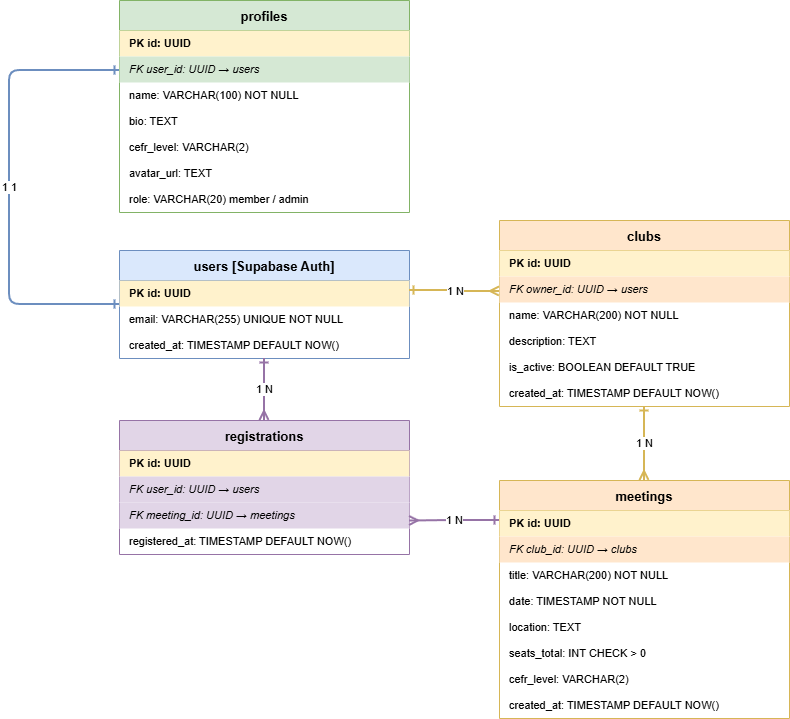
This is latex/images/er.png from Erisuuuuu/Web_CP_2026, a draw.io export, as it was before one commit. Source tidied: cells renumbered, new cells last; positions are measured from the earlier drawing's top-left corner, leaving out a move shared by most shapes.
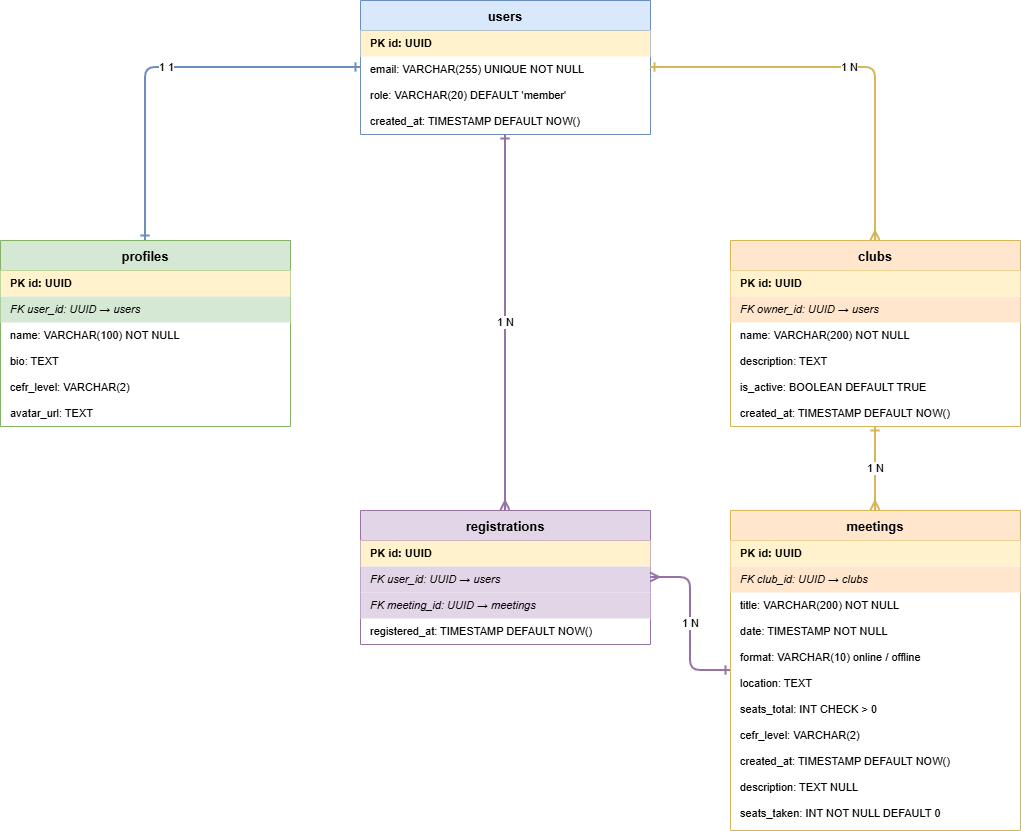
After the change.

What changed in the source:
```diff
@@ -2,8 +2,8 @@
   <root>
     <mxCell id="0" />
     <mxCell id="1" parent="0" />
-    <mxCell id="2" value="users  [Supabase Auth]" style="swimlane;startSize=30;fontStyle=1;fontSize=13;fillColor=#dae8fc;strokeColor=#6c8ebf;align=center;" parent="1" vertex="1">
-      <mxGeometry x="110" y="250" width="290" height="108" as="geometry" />
+    <mxCell id="2" value="users" style="swimlane;startSize=30;fontStyle=1;fontSize=13;fillColor=#dae8fc;strokeColor=#6c8ebf;align=center;" parent="1" vertex="1">
+      <mxGeometry x="400" y="10" width="290" height="134" as="geometry" />
     </mxCell>
     <mxCell id="3" value="PK  id: UUID" style="text;strokeColor=none;fillColor=#fff2cc;align=left;spacingLeft=8;fontSize=11;fontStyle=1;" parent="2" vertex="1">
       <mxGeometry y="30" width="290" height="26" as="geometry" />
@@ -11,11 +11,14 @@
     <mxCell id="4" value="     email: VARCHAR(255) UNIQUE NOT NULL" style="text;strokeColor=none;fillColor=none;align=left;spacingLeft=8;fontSize=11;" parent="2" vertex="1">
       <mxGeometry y="56" width="290" height="26" as="geometry" />
     </mxCell>
+    <mxCell id="40" value="     role: VARCHAR(20) DEFAULT 'member'" style="text;strokeColor=none;fillColor=none;align=left;spacingLeft=8;fontSize=11;" parent="2" vertex="1">
+      <mxGeometry y="82" width="290" height="26" as="geometry" />
+    </mxCell>
     <mxCell id="5" value="     created_at: TIMESTAMP DEFAULT NOW()" style="text;strokeColor=none;fillColor=none;align=left;spacingLeft=8;fontSize=11;" parent="2" vertex="1">
-      <mxGeometry y="82" width="290" height="26" as="geometry" />
+      <mxGeometry y="108" width="290" height="26" as="geometry" />
     </mxCell>
     <mxCell id="6" value="profiles" style="swimlane;startSize=30;fontStyle=1;fontSize=13;fillColor=#d5e8d4;strokeColor=#82b366;align=center;" parent="1" vertex="1">
-      <mxGeometry x="110" width="290" height="212" as="geometry" />
+      <mxGeometry x="40" y="250" width="290" height="186" as="geometry" />
     </mxCell>
     <mxCell id="7" value="PK  id: UUID" style="text;strokeColor=none;fillColor=#fff2cc;align=left;spacingLeft=8;fontSize=11;fontStyle=1;" parent="6" vertex="1">
       <mxGeometry y="30" width="290" height="26" as="geometry" />
@@ -35,11 +38,8 @@
     <mxCell id="12" value="     avatar_url: TEXT" style="text;strokeColor=none;fillColor=none;align=left;spacingLeft=8;fontSize=11;" parent="6" vertex="1">
       <mxGeometry y="160" width="290" height="26" as="geometry" />
     </mxCell>
-    <mxCell id="13" value="     role: VARCHAR(20)  member / admin" style="text;strokeColor=none;fillColor=none;align=left;spacingLeft=8;fontSize=11;" parent="6" vertex="1">
-      <mxGeometry y="186" width="290" height="26" as="geometry" />
-    </mxCell>
     <mxCell id="14" value="clubs" style="swimlane;startSize=30;fontStyle=1;fontSize=13;fillColor=#ffe6cc;strokeColor=#d6b656;align=center;" parent="1" vertex="1">
-      <mxGeometry x="490" y="220" width="290" height="186" as="geometry" />
+      <mxGeometry x="770" y="250" width="290" height="186" as="geometry" />
     </mxCell>
     <mxCell id="15" value="PK  id: UUID" style="text;strokeColor=none;fillColor=#fff2cc;align=left;spacingLeft=8;fontSize=11;fontStyle=1;" parent="14" vertex="1">
       <mxGeometry y="30" width="290" height="26" as="geometry" />
@@ -60,7 +60,7 @@
       <mxGeometry y="160" width="290" height="26" as="geometry" />
     </mxCell>
     <mxCell id="21" value="meetings" style="swimlane;startSize=30;fontStyle=1;fontSize=13;fillColor=#ffe6cc;strokeColor=#d6b656;align=center;" parent="1" vertex="1">
-      <mxGeometry x="490" y="480" width="290" height="238" as="geometry" />
+      <mxGeometry x="770" y="520" width="290" height="320" as="geometry" />
     </mxCell>
     <mxCell id="22" value="PK  id: UUID" style="text;strokeColor=none;fillColor=#fff2cc;align=left;spacingLeft=8;fontSize=11;fontStyle=1;" parent="21" vertex="1">
       <mxGeometry y="30" width="290" height="26" as="geometry" />
@@ -74,20 +74,29 @@
     <mxCell id="25" value="     date: TIMESTAMP NOT NULL" style="text;strokeColor=none;fillColor=none;align=left;spacingLeft=8;fontSize=11;" parent="21" vertex="1">
       <mxGeometry y="108" width="290" height="26" as="geometry" />
     </mxCell>
+    <mxCell id="41" value="     format: VARCHAR(10)  online / offline" style="text;strokeColor=none;fillColor=none;align=left;spacingLeft=8;fontSize=11;" parent="21" vertex="1">
+      <mxGeometry y="134" width="290" height="26" as="geometry" />
+    </mxCell>
     <mxCell id="26" value="     location: TEXT" style="text;strokeColor=none;fillColor=none;align=left;spacingLeft=8;fontSize=11;" parent="21" vertex="1">
-      <mxGeometry y="134" width="290" height="26" as="geometry" />
+      <mxGeometry y="160" width="290" height="26" as="geometry" />
     </mxCell>
     <mxCell id="27" value="     seats_total: INT CHECK &gt; 0" style="text;strokeColor=none;fillColor=none;align=left;spacingLeft=8;fontSize=11;" parent="21" vertex="1">
-      <mxGeometry y="160" width="290" height="26" as="geometry" />
+      <mxGeometry y="186" width="290" height="26" as="geometry" />
     </mxCell>
     <mxCell id="28" value="     cefr_level: VARCHAR(2)" style="text;strokeColor=none;fillColor=none;align=left;spacingLeft=8;fontSize=11;" parent="21" vertex="1">
-      <mxGeometry y="186" width="290" height="26" as="geometry" />
+      <mxGeometry y="212" width="290" height="26" as="geometry" />
     </mxCell>
     <mxCell id="29" value="     created_at: TIMESTAMP DEFAULT NOW()" style="text;strokeColor=none;fillColor=none;align=left;spacingLeft=8;fontSize=11;" parent="21" vertex="1">
-      <mxGeometry y="212" width="290" height="26" as="geometry" />
+      <mxGeometry y="238" width="290" height="26" as="geometry" />
     </mxCell>
+    <mxCell id="42" value="description: TEXT NULL&lt;div&gt;&lt;br&gt;&lt;/div&gt;" style="text;strokeColor=none;fillColor=none;align=left;spacingLeft=8;fontSize=11;html=1;" parent="21" vertex="1">
+      <mxGeometry y="264" width="290" height="26" as="geometry" />
+    </mxCell>
+    <mxCell id="43" value="seats_taken: INT NOT NULL DEFAULT 0" style="text;strokeColor=none;fillColor=none;align=left;spacingLeft=8;fontSize=11;html=1;" parent="21" vertex="1">
+      <mxGeometry y="290" width="290" height="20" as="geometry" />
+    </mxCell>
     <mxCell id="30" value="registrations" style="swimlane;startSize=30;fontStyle=1;fontSize=13;fillColor=#e1d5e7;strokeColor=#9673a6;align=center;" parent="1" vertex="1">
-      <mxGeometry x="110" y="420" width="290" height="134" as="geometry" />
+      <mxGeometry x="400" y="520" width="290" height="134" as="geometry" />
     </mxCell>
     <mxCell id="31" value="PK  id: UUID" style="text;strokeColor=none;fillColor=#fff2cc;align=left;spacingLeft=8;fontSize=11;fontStyle=1;" parent="30" vertex="1">
       <mxGeometry y="30" width="290" height="26" as="geometry" />
@@ -101,20 +110,11 @@
     <mxCell id="34" value="     registered_at: TIMESTAMP DEFAULT NOW()" style="text;strokeColor=none;fillColor=none;align=left;spacingLeft=8;fontSize=11;" parent="30" vertex="1">
       <mxGeometry y="108" width="290" height="26" as="geometry" />
     </mxCell>
-    <mxCell id="35" value="1        1" style="edgeStyle=orthogonalEdgeStyle;html=1;startArrow=ERone;startFill=0;endArrow=ERone;endFill=0;strokeColor=#6c8ebf;strokeWidth=2;" parent="1" edge="1" source="2">
-      <mxGeometry relative="1" as="geometry">
-        <mxPoint x="110" y="70" as="targetPoint" />
-        <Array as="points">
-          <mxPoint y="304" />
-          <mxPoint y="70" />
-        </Array>
-      </mxGeometry>
+    <mxCell id="35" value="1        1" style="edgeStyle=orthogonalEdgeStyle;html=1;startArrow=ERone;startFill=0;endArrow=ERone;endFill=0;strokeColor=#6c8ebf;strokeWidth=2;" parent="1" edge="1" source="2" target="6">
+      <mxGeometry relative="1" as="geometry" />
     </mxCell>
-    <mxCell id="36" value="1        N" style="edgeStyle=orthogonalEdgeStyle;html=1;startArrow=ERone;startFill=0;endArrow=ERmany;endFill=0;strokeColor=#d6b656;strokeWidth=2;" parent="1" edge="1">
-      <mxGeometry relative="1" as="geometry">
-        <mxPoint x="400" y="290" as="sourcePoint" />
-        <mxPoint x="490" y="291" as="targetPoint" />
-      </mxGeometry>
+    <mxCell id="36" value="1        N" style="edgeStyle=orthogonalEdgeStyle;html=1;startArrow=ERone;startFill=0;endArrow=ERmany;endFill=0;strokeColor=#d6b656;strokeWidth=2;" parent="1" edge="1" source="2" target="14">
+      <mxGeometry relative="1" as="geometry" />
     </mxCell>
     <mxCell id="37" value="1        N" style="edgeStyle=orthogonalEdgeStyle;html=1;startArrow=ERone;startFill=0;endArrow=ERmany;endFill=0;strokeColor=#d6b656;strokeWidth=2;" parent="1" edge="1" source="14" target="21">
       <mxGeometry relative="1" as="geometry" />
@@ -122,10 +122,8 @@
     <mxCell id="38" value="1        N" style="edgeStyle=orthogonalEdgeStyle;html=1;startArrow=ERone;startFill=0;endArrow=ERmany;endFill=0;strokeColor=#9673a6;strokeWidth=2;" parent="1" edge="1" source="2" target="30">
       <mxGeometry relative="1" as="geometry" />
     </mxCell>
-    <mxCell id="39" value="1        N" style="edgeStyle=orthogonalEdgeStyle;html=1;startArrow=ERone;startFill=0;endArrow=ERmany;endFill=0;strokeColor=#9673a6;strokeWidth=2;entryX=1;entryY=0.75;entryDx=0;entryDy=0;" parent="1" edge="1" target="30">
-      <mxGeometry relative="1" as="geometry">
-        <mxPoint x="490" y="520" as="sourcePoint" />
-      </mxGeometry>
+    <mxCell id="39" value="1        N" style="edgeStyle=orthogonalEdgeStyle;html=1;startArrow=ERone;startFill=0;endArrow=ERmany;endFill=0;strokeColor=#9673a6;strokeWidth=2;" parent="1" edge="1" source="21" target="30">
+      <mxGeometry relative="1" as="geometry" />
     </mxCell>
   </root>
 </mxGraphModel>
```
